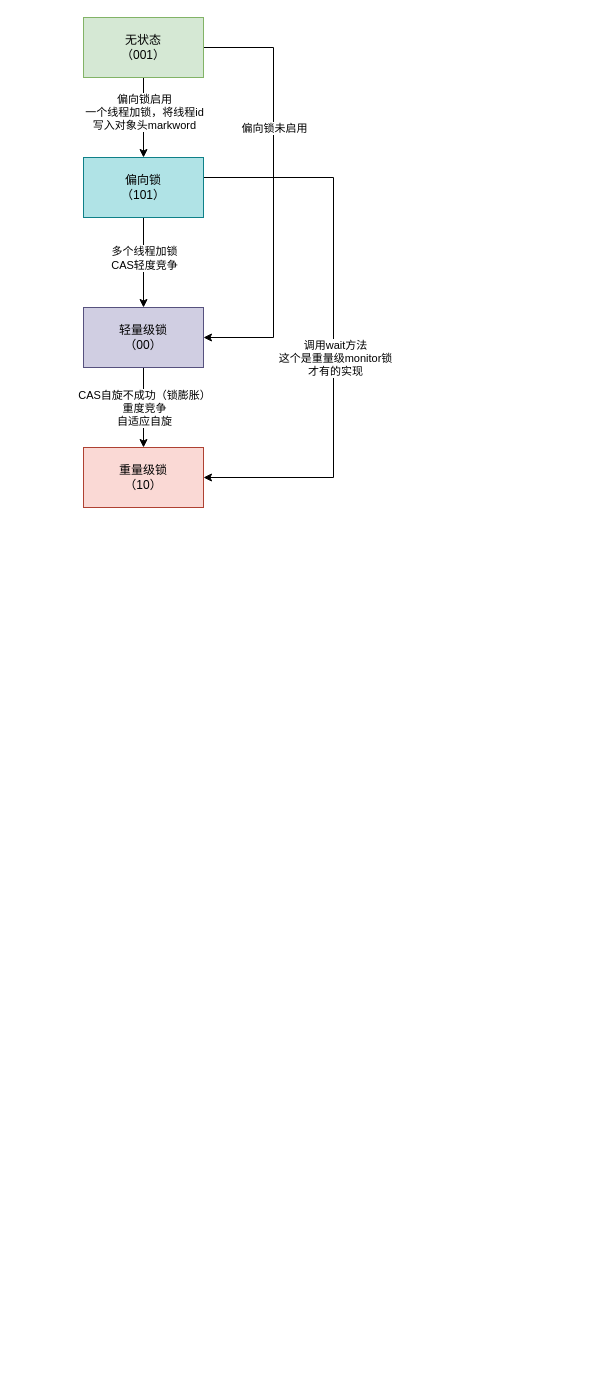
Before: 并发编程-锁.drawio in huyun0614/draw.io, a draw.io diagram. Source tidied: cells renumbered, new cells numbered last; positions are measured from the earlier drawing's top-left corner, leaving out a move shared by most shapes. Both pictures are drawn from the tidied source at 100%, with x=0, y=0 at pixel (83, 17).
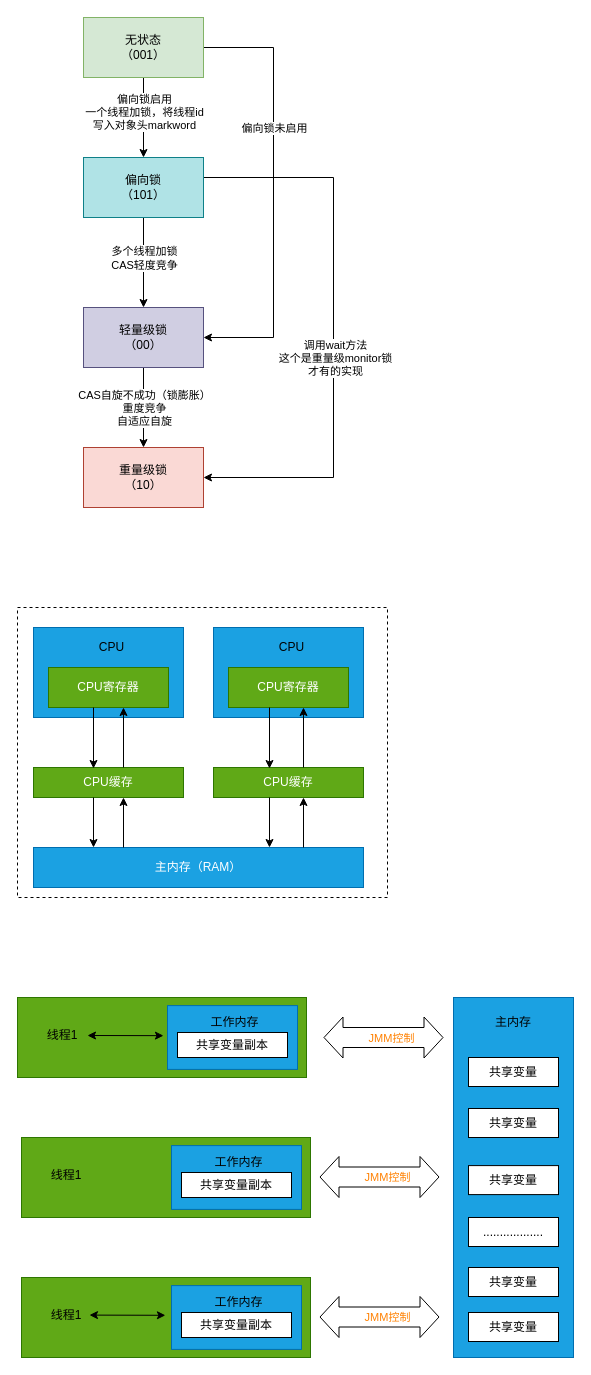
Above is the later version.

Commit message:
Update 并发编程-锁.drawio

What changed in the source:
```diff
@@
+    <mxCell id="16" style="verticalLabelPosition=bottom;verticalAlign=top;html=1;shape=mxgraph.basic.rect;fillColor2=none;strokeWidth=1;size=20;indent=5;dashed=1;" parent="1" vertex="1">
+      <mxGeometry x="-66" y="590" width="370" height="290" as="geometry" />
+    </mxCell>
@@
+    <mxCell id="17" style="rounded=0;whiteSpace=wrap;html=1;fillColor=#1ba1e2;strokeColor=#006EAF;fontColor=#ffffff;" parent="1" vertex="1">
+      <mxGeometry x="-50" y="610" width="150" height="90" as="geometry" />
+    </mxCell>
+    <mxCell id="18" value="CPU寄存器" style="rounded=0;whiteSpace=wrap;html=1;fillColor=#60a917;strokeColor=#2D7600;fontColor=#ffffff;" parent="1" vertex="1">
+      <mxGeometry x="-35" y="650" width="120" height="40" as="geometry" />
+    </mxCell>
+    <mxCell id="19" value="CPU" style="text;html=1;strokeColor=none;fillColor=none;align=center;verticalAlign=middle;whiteSpace=wrap;rounded=0;" parent="1" vertex="1">
+      <mxGeometry x="6" y="620" width="45" height="20" as="geometry" />
+    </mxCell>
+    <mxCell id="20" style="rounded=0;whiteSpace=wrap;html=1;fillColor=#1ba1e2;strokeColor=#006EAF;fontColor=#ffffff;" parent="1" vertex="1">
+      <mxGeometry x="130" y="610" width="150" height="90" as="geometry" />
+    </mxCell>
+    <mxCell id="21" value="CPU" style="text;html=1;strokeColor=none;fillColor=none;align=center;verticalAlign=middle;whiteSpace=wrap;rounded=0;" parent="1" vertex="1">
+      <mxGeometry x="186" y="620" width="45" height="20" as="geometry" />
+    </mxCell>
+    <mxCell id="22" value="CPU寄存器" style="rounded=0;whiteSpace=wrap;html=1;fillColor=#60a917;strokeColor=#2D7600;fontColor=#ffffff;" parent="1" vertex="1">
+      <mxGeometry x="145" y="650" width="120" height="40" as="geometry" />
+    </mxCell>
+    <mxCell id="23" value="CPU缓存" style="rounded=0;whiteSpace=wrap;html=1;fillColor=#60a917;strokeColor=#2D7600;fontColor=#ffffff;" parent="1" vertex="1">
+      <mxGeometry x="-50" y="750" width="150" height="30" as="geometry" />
+    </mxCell>
+    <mxCell id="24" value="CPU缓存" style="rounded=0;whiteSpace=wrap;html=1;fillColor=#60a917;strokeColor=#2D7600;fontColor=#ffffff;" parent="1" vertex="1">
+      <mxGeometry x="130" y="750" width="150" height="30" as="geometry" />
+    </mxCell>
+    <mxCell id="25" style="endArrow=classic;html=1;exitX=0.4;exitY=0.889;exitDx=0;exitDy=0;exitPerimeter=0;entryX=0.4;entryY=0.033;entryDx=0;entryDy=0;entryPerimeter=0;" parent="1" edge="1" source="17" target="23">
+      <mxGeometry relative="1" as="geometry" />
+    </mxCell>
+    <mxCell id="26" style="endArrow=classic;html=1;" parent="1" edge="1">
+      <mxGeometry relative="1" as="geometry">
+        <mxPoint x="40" y="750" as="sourcePoint" />
+        <mxPoint x="40" y="690" as="targetPoint" />
+      </mxGeometry>
+    </mxCell>
+    <mxCell id="27" style="endArrow=classic;html=1;exitX=0.4;exitY=0.889;exitDx=0;exitDy=0;exitPerimeter=0;entryX=0.4;entryY=0.033;entryDx=0;entryDy=0;entryPerimeter=0;" parent="1" edge="1">
+      <mxGeometry relative="1" as="geometry">
+        <mxPoint x="186" y="690" as="sourcePoint" />
+        <mxPoint x="186" y="751" as="targetPoint" />
+      </mxGeometry>
+    </mxCell>
+    <mxCell id="28" style="endArrow=classic;html=1;" parent="1" edge="1">
+      <mxGeometry relative="1" as="geometry">
+        <mxPoint x="220" y="750" as="sourcePoint" />
+        <mxPoint x="220" y="690" as="targetPoint" />
+      </mxGeometry>
+    </mxCell>
+    <mxCell id="29" value="主内存（RAM）" style="rounded=0;whiteSpace=wrap;html=1;fillColor=#1ba1e2;strokeColor=#006EAF;fontColor=#ffffff;" parent="1" vertex="1">
+      <mxGeometry x="-50" y="830" width="330" height="40" as="geometry" />
+    </mxCell>
+    <mxCell id="30" style="endArrow=classic;html=1;exitX=0.4;exitY=0.889;exitDx=0;exitDy=0;exitPerimeter=0;" parent="1" edge="1">
+      <mxGeometry relative="1" as="geometry">
+        <mxPoint x="10" y="780" as="sourcePoint" />
+        <mxPoint x="10" y="830" as="targetPoint" />
+      </mxGeometry>
+    </mxCell>
+    <mxCell id="31" style="endArrow=classic;html=1;" parent="1" edge="1">
+      <mxGeometry relative="1" as="geometry">
+        <mxPoint x="40" y="830" as="sourcePoint" />
+        <mxPoint x="40" y="780" as="targetPoint" />
+      </mxGeometry>
+    </mxCell>
+    <mxCell id="32" style="endArrow=classic;html=1;" parent="1" edge="1">
+      <mxGeometry relative="1" as="geometry">
+        <mxPoint x="220" y="830" as="sourcePoint" />
+        <mxPoint x="220" y="780" as="targetPoint" />
+      </mxGeometry>
+    </mxCell>
+    <mxCell id="33" style="endArrow=classic;html=1;exitX=0.4;exitY=0.889;exitDx=0;exitDy=0;exitPerimeter=0;" parent="1" edge="1">
+      <mxGeometry relative="1" as="geometry">
+        <mxPoint x="186" y="780" as="sourcePoint" />
+        <mxPoint x="186" y="830" as="targetPoint" />
+      </mxGeometry>
+    </mxCell>
+    <mxCell id="34" style="rounded=0;whiteSpace=wrap;html=1;fillColor=#60a917;strokeColor=#2D7600;fontColor=#ffffff;" parent="1" vertex="1">
+      <mxGeometry x="-66" y="980" width="289" height="80" as="geometry" />
+    </mxCell>
+    <mxCell id="35" value="线程1" style="text;html=1;strokeColor=none;fillColor=none;align=center;verticalAlign=middle;whiteSpace=wrap;rounded=0;dashed=1;" parent="1" vertex="1">
+      <mxGeometry x="-46" y="1008.1" width="50" height="20" as="geometry" />
+    </mxCell>
+    <mxCell id="36" style="edgeStyle=orthogonalEdgeStyle;rounded=0;orthogonalLoop=1;jettySize=auto;html=1;shape=flexArrow;width=20;startArrow=block;" parent="1" edge="1">
+      <mxGeometry relative="1" as="geometry">
+        <mxPoint x="240" y="1020" as="sourcePoint" />
+        <mxPoint x="360" y="1020" as="targetPoint" />
+      </mxGeometry>
+    </mxCell>
+    <mxCell id="37" value="&lt;font color=&quot;#ff8000&quot;&gt;JMM控制&lt;/font&gt;" style="edgeLabel;html=1;align=center;verticalAlign=middle;" parent="36" vertex="1">
+      <mxGeometry x="0.12" relative="1" as="geometry" />
+    </mxCell>
+    <mxCell id="38" style="rounded=0;whiteSpace=wrap;html=1;fillColor=#1ba1e2;strokeColor=#006EAF;fontColor=#ffffff;" parent="1" vertex="1">
+      <mxGeometry x="84" y="988.1" width="130" height="63.8" as="geometry" />
+    </mxCell>
+    <mxCell id="39" value="共享变量副本" style="rounded=0;whiteSpace=wrap;html=1;" parent="1" vertex="1">
+      <mxGeometry x="94" y="1015" width="110" height="25" as="geometry" />
+    </mxCell>
+    <mxCell id="40" value="工作内存" style="text;html=1;strokeColor=none;fillColor=none;align=center;verticalAlign=middle;whiteSpace=wrap;rounded=0;" parent="1" vertex="1">
+      <mxGeometry x="124" y="995" width="55" height="20" as="geometry" />
+    </mxCell>
+    <mxCell id="41" style="rounded=0;whiteSpace=wrap;html=1;fillColor=#60a917;strokeColor=#2D7600;fontColor=#ffffff;" parent="1" vertex="1">
+      <mxGeometry x="-62" y="1120" width="289" height="80" as="geometry" />
+    </mxCell>
+    <mxCell id="42" value="线程1" style="text;html=1;strokeColor=none;fillColor=none;align=center;verticalAlign=middle;whiteSpace=wrap;rounded=0;dashed=1;" parent="1" vertex="1">
+      <mxGeometry x="-42" y="1148.1" width="50" height="20" as="geometry" />
+    </mxCell>
+    <mxCell id="43" style="rounded=0;whiteSpace=wrap;html=1;fillColor=#1ba1e2;strokeColor=#006EAF;fontColor=#ffffff;" parent="1" vertex="1">
+      <mxGeometry x="88" y="1128.1" width="130" height="63.8" as="geometry" />
+    </mxCell>
+    <mxCell id="44" value="共享变量副本" style="rounded=0;whiteSpace=wrap;html=1;" parent="1" vertex="1">
+      <mxGeometry x="98" y="1155" width="110" height="25" as="geometry" />
+    </mxCell>
+    <mxCell id="45" value="工作内存" style="text;html=1;strokeColor=none;fillColor=none;align=center;verticalAlign=middle;whiteSpace=wrap;rounded=0;" parent="1" vertex="1">
+      <mxGeometry x="128" y="1135" width="55" height="20" as="geometry" />
+    </mxCell>
+    <mxCell id="46" style="rounded=0;whiteSpace=wrap;html=1;fillColor=#60a917;strokeColor=#2D7600;fontColor=#ffffff;" parent="1" vertex="1">
+      <mxGeometry x="-62" y="1260" width="289" height="80" as="geometry" />
+    </mxCell>
+    <mxCell id="47" value="线程1" style="text;html=1;strokeColor=none;fillColor=none;align=center;verticalAlign=middle;whiteSpace=wrap;rounded=0;dashed=1;" parent="1" vertex="1">
+      <mxGeometry x="-42" y="1288.1" width="50" height="20" as="geometry" />
+    </mxCell>
+    <mxCell id="48" style="rounded=0;whiteSpace=wrap;html=1;fillColor=#1ba1e2;strokeColor=#006EAF;fontColor=#ffffff;" parent="1" vertex="1">
+      <mxGeometry x="88" y="1268.1" width="130" height="63.8" as="geometry" />
+    </mxCell>
+    <mxCell id="49" value="共享变量副本" style="rounded=0;whiteSpace=wrap;html=1;" parent="1" vertex="1">
+      <mxGeometry x="98" y="1295" width="110" height="25" as="geometry" />
+    </mxCell>
+    <mxCell id="50" value="工作内存" style="text;html=1;strokeColor=none;fillColor=none;align=center;verticalAlign=middle;whiteSpace=wrap;rounded=0;" parent="1" vertex="1">
+      <mxGeometry x="128" y="1275" width="55" height="20" as="geometry" />
+    </mxCell>
+    <mxCell id="51" style="rounded=0;whiteSpace=wrap;html=1;fillColor=#1ba1e2;strokeColor=#006EAF;fontColor=#ffffff;" parent="1" vertex="1">
+      <mxGeometry x="370" y="980" width="120" height="360" as="geometry" />
+    </mxCell>
+    <mxCell id="52" value="主内存" style="text;html=1;strokeColor=none;fillColor=none;align=center;verticalAlign=middle;whiteSpace=wrap;rounded=0;" parent="1" vertex="1">
+      <mxGeometry x="410" y="995" width="40" height="20" as="geometry" />
+    </mxCell>
+    <mxCell id="53" style="endArrow=classic;startArrow=classic;html=1;entryX=0.505;entryY=0.477;entryDx=0;entryDy=0;entryPerimeter=0;" parent="1" edge="1" target="34">
+      <mxGeometry relative="1" as="geometry">
+        <mxPoint x="4" y="1018" as="sourcePoint" />
+      </mxGeometry>
+    </mxCell>
+    <mxCell id="54" style="endArrow=classic;startArrow=classic;html=1;entryX=0.505;entryY=0.477;entryDx=0;entryDy=0;entryPerimeter=0;" parent="1" edge="1">
+      <mxGeometry relative="1" as="geometry">
+        <mxPoint x="6" y="1297.6" as="sourcePoint" />
+        <mxPoint x="81.9" y="1297.8" as="targetPoint" />
+      </mxGeometry>
+    </mxCell>
+    <mxCell id="55" value="共享变量" style="rounded=0;whiteSpace=wrap;html=1;" parent="1" vertex="1">
+      <mxGeometry x="385" y="1040" width="90" height="29" as="geometry" />
+    </mxCell>
+    <mxCell id="56" value="共享变量" style="rounded=0;whiteSpace=wrap;html=1;" parent="1" vertex="1">
+      <mxGeometry x="385" y="1091" width="90" height="29" as="geometry" />
+    </mxCell>
+    <mxCell id="57" value=".................." style="rounded=0;whiteSpace=wrap;html=1;" parent="1" vertex="1">
+      <mxGeometry x="385" y="1200" width="90" height="29" as="geometry" />
+    </mxCell>
+    <mxCell id="58" value="共享变量" style="rounded=0;whiteSpace=wrap;html=1;" parent="1" vertex="1">
+      <mxGeometry x="385" y="1148.1" width="90" height="29" as="geometry" />
+    </mxCell>
+    <mxCell id="59" value="共享变量" style="rounded=0;whiteSpace=wrap;html=1;" parent="1" vertex="1">
+      <mxGeometry x="385" y="1250" width="90" height="29" as="geometry" />
+    </mxCell>
+    <mxCell id="60" value="共享变量" style="rounded=0;whiteSpace=wrap;html=1;" parent="1" vertex="1">
+      <mxGeometry x="385" y="1295" width="90" height="29" as="geometry" />
+    </mxCell>
+    <mxCell id="61" style="edgeStyle=orthogonalEdgeStyle;rounded=0;orthogonalLoop=1;jettySize=auto;html=1;shape=flexArrow;width=20;startArrow=block;" parent="1" edge="1">
+      <mxGeometry relative="1" as="geometry">
+        <mxPoint x="236" y="1159.5" as="sourcePoint" />
+        <mxPoint x="356" y="1159.5" as="targetPoint" />
+      </mxGeometry>
+    </mxCell>
+    <mxCell id="62" value="&lt;font color=&quot;#ff8000&quot;&gt;JMM控制&lt;/font&gt;" style="edgeLabel;html=1;align=center;verticalAlign=middle;" parent="61" vertex="1">
+      <mxGeometry x="0.12" relative="1" as="geometry" />
+    </mxCell>
+    <mxCell id="63" style="edgeStyle=orthogonalEdgeStyle;rounded=0;orthogonalLoop=1;jettySize=auto;html=1;shape=flexArrow;width=20;startArrow=block;" parent="1" edge="1">
+      <mxGeometry relative="1" as="geometry">
+        <mxPoint x="236" y="1299.5" as="sourcePoint" />
+        <mxPoint x="356" y="1299.5" as="targetPoint" />
+      </mxGeometry>
+    </mxCell>
+    <mxCell id="64" value="&lt;font color=&quot;#ff8000&quot;&gt;JMM控制&lt;/font&gt;" style="edgeLabel;html=1;align=center;verticalAlign=middle;" parent="63" vertex="1">
+      <mxGeometry x="0.12" relative="1" as="geometry" />
+    </mxCell>
```
